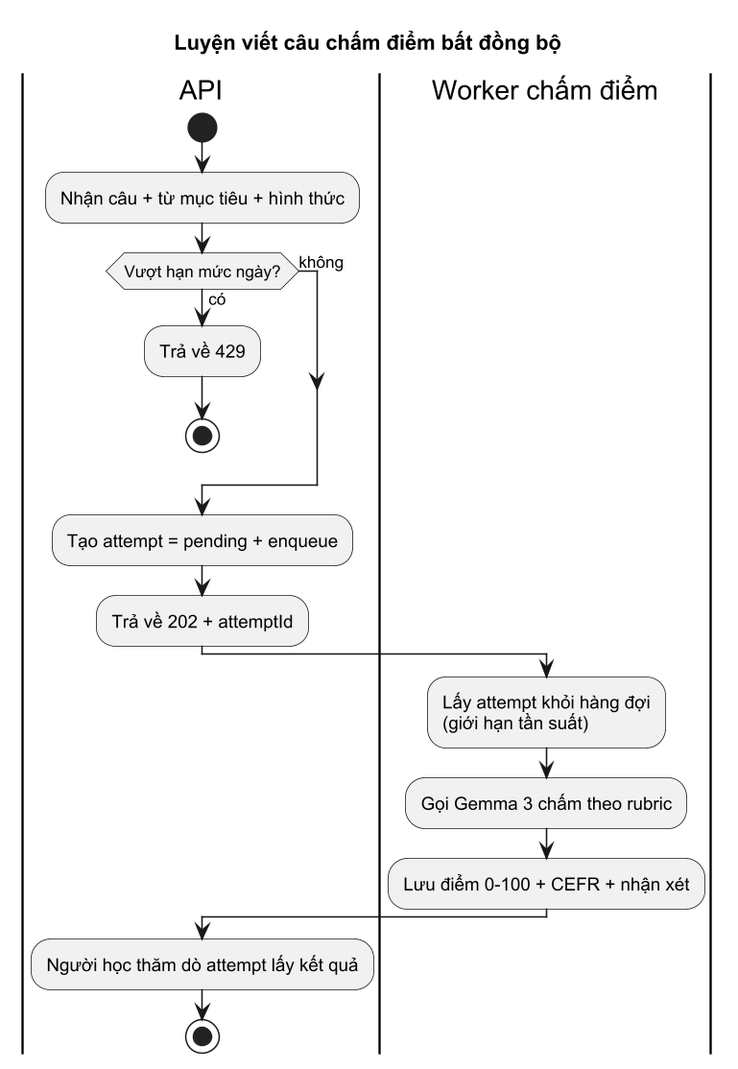
Above: docs/report/images/activity-luyen-viet.png in XuanVietK67/learning_vocab_backend (PlantUML), before the change.
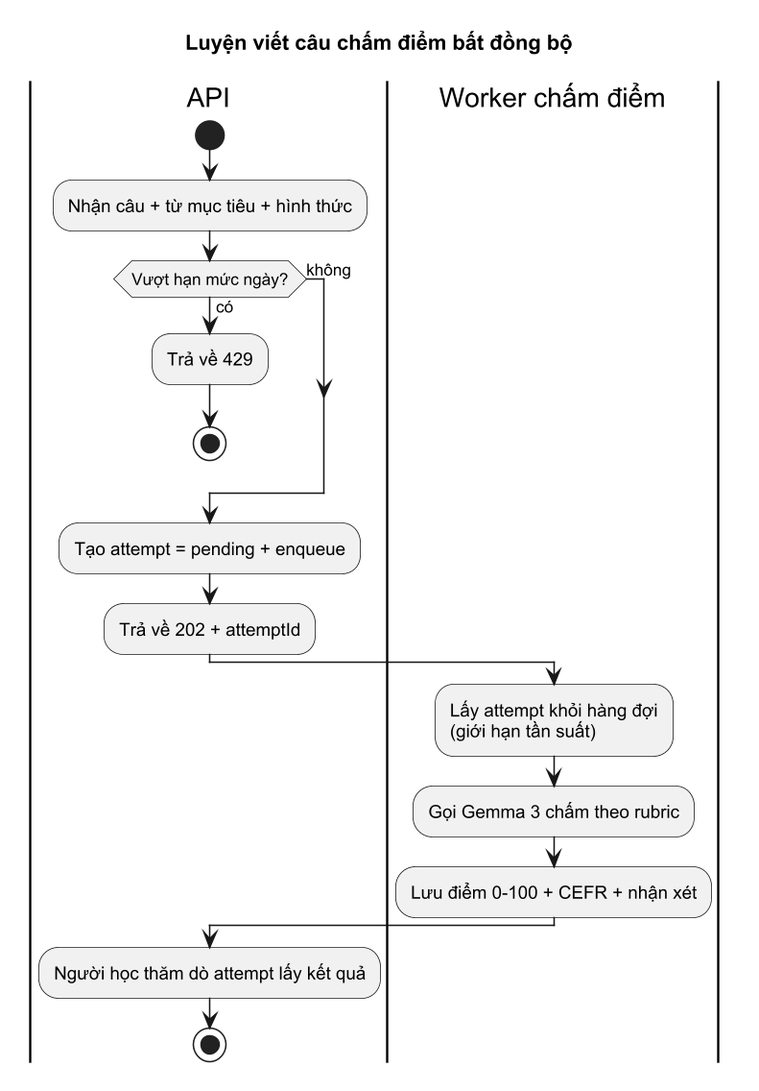
After the change.

Diff of the diagram source:
```diff
@@ -1,4 +1,5 @@
 @startuml activity-luyen-viet
+skinparamlocked metana null
 skinparam dpi 150
 skinparam defaultFontName Arial
 title Luyện viết câu chấm điểm bất đồng bộ
```
